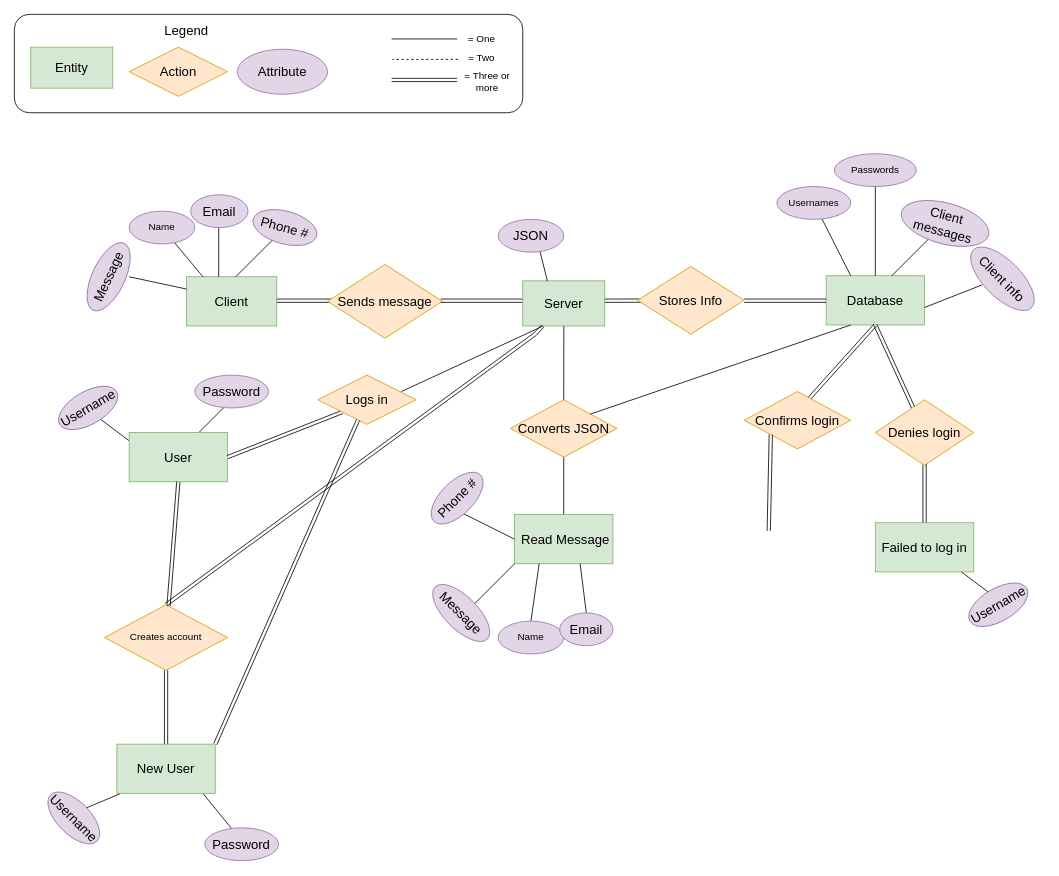
rebeccazeidenberg/datadiagrams keeps this draw.io diagram as page "Page-2" (2 of 2) of RZ-IFD.drawio. Above is the earlier version. Source tidied: cells renumbered, new cells numbered last; positions are measured from the earlier drawing's top-left corner, leaving out a move shared by most shapes. Both pictures are drawn from the tidied source at 82%, with x=0, y=0 at pixel (14, 14).
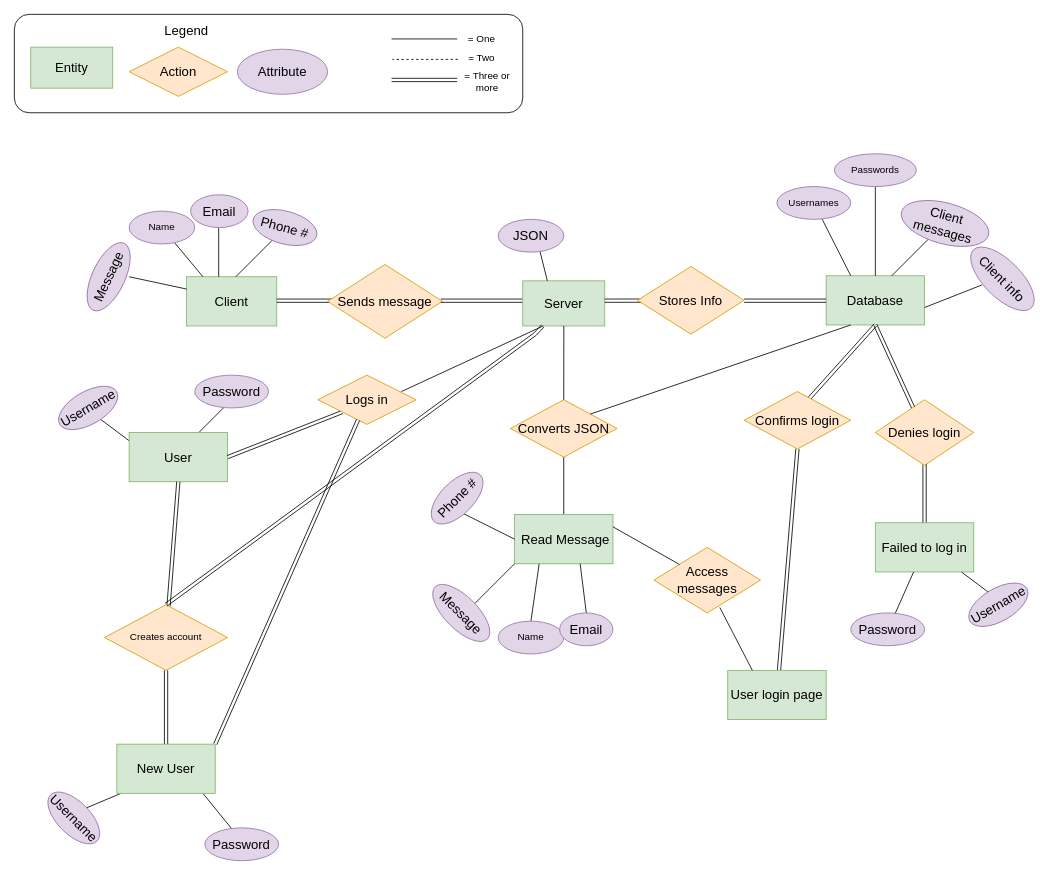
Above is the later version.

Unchanged cells that the change refers to:
```xml
<mxCell id="34" value="&amp;nbsp;Read Message" style="rounded=0;whiteSpace=wrap;html=1;fontSize=16;fillColor=#d5e8d4;strokeColor=#82b366;" parent="1" vertex="1">
  <mxGeometry x="610" y="610" width="120" height="60" as="geometry" />
</mxCell>
<mxCell id="76" value="Confirms login" style="rhombus;whiteSpace=wrap;html=1;fontSize=16;fillColor=#ffe6cc;strokeColor=#d79b00;" parent="1" vertex="1">
  <mxGeometry x="890" y="460" width="130" height="70" as="geometry" />
</mxCell>
<mxCell id="82" value="Failed to log in" style="rounded=0;whiteSpace=wrap;html=1;fontSize=16;fillColor=#d5e8d4;strokeColor=#82b366;" parent="1" vertex="1">
  <mxGeometry x="1050" y="620" width="120" height="60" as="geometry" />
</mxCell>
```

Change to the diagram source:
```diff
@@
-    <mxCell id="80" style="shape=link;html=1;fontSize=16;entryX=0;entryY=1;entryDx=0;entryDy=0;" parent="1" edge="1" target="76">
-      <mxGeometry relative="1" as="geometry">
-        <mxPoint x="920" y="630" as="sourcePoint" />
-      </mxGeometry>
+    <mxCell id="80" style="shape=link;html=1;fontSize=16;entryX=0.5;entryY=1;entryDx=0;entryDy=0;" parent="1" edge="1" source="85" target="76">
+      <mxGeometry relative="1" as="geometry" />
     </mxCell>
@@
+    <mxCell id="85" value="User login page" style="rounded=0;whiteSpace=wrap;html=1;fontSize=16;fillColor=#d5e8d4;strokeColor=#82b366;" parent="1" vertex="1">
+      <mxGeometry x="870" y="800" width="120" height="60" as="geometry" />
+    </mxCell>
+    <mxCell id="86" style="endArrow=none;html=1;fontSize=16;" parent="1" edge="1" target="82">
+      <mxGeometry relative="1" as="geometry">
+        <mxPoint x="1070" y="740" as="sourcePoint" />
+      </mxGeometry>
+    </mxCell>
+    <mxCell id="87" value="Password" style="ellipse;whiteSpace=wrap;html=1;fontSize=16;fillColor=#e1d5e7;strokeColor=#9673a6;" parent="1" vertex="1">
+      <mxGeometry x="1020" y="730" width="90" height="40" as="geometry" />
+    </mxCell>
+    <mxCell id="88" value="Access messages" style="rhombus;whiteSpace=wrap;html=1;fontSize=16;fillColor=#ffe6cc;strokeColor=#d79b00;" parent="1" vertex="1">
+      <mxGeometry x="780" y="650" width="130" height="80" as="geometry" />
+    </mxCell>
+    <mxCell id="89" style="endArrow=none;html=1;fontSize=16;exitX=0.25;exitY=0;exitDx=0;exitDy=0;entryX=0.618;entryY=0.917;entryDx=0;entryDy=0;entryPerimeter=0;" parent="1" edge="1" source="85" target="88">
+      <mxGeometry relative="1" as="geometry" />
+    </mxCell>
+    <mxCell id="90" style="endArrow=none;html=1;fontSize=16;exitX=1;exitY=0.25;exitDx=0;exitDy=0;" parent="1" edge="1" source="34" target="88">
+      <mxGeometry relative="1" as="geometry" />
+    </mxCell>
```
